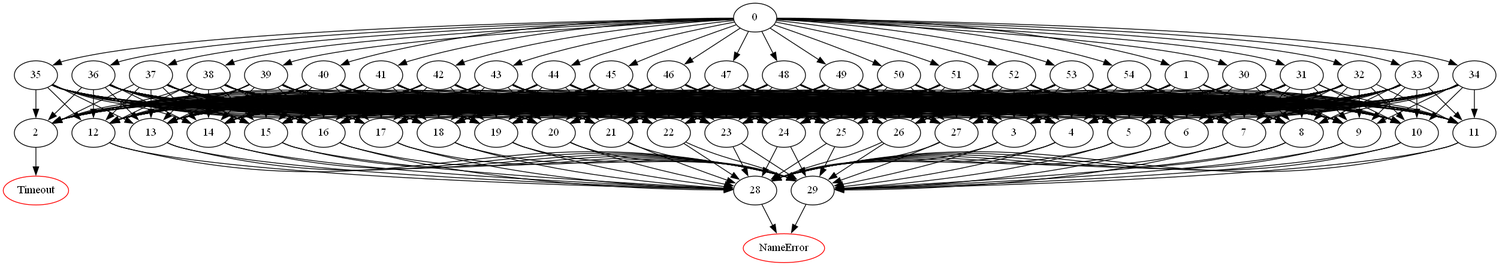
Before: DomainPicture/uuijerevafck.www.realtek.comdirected_graph.png, a diagram exported from Graphviz (Asikl/MazeMapper). Its source is kept beside it as DomainPicture/uuijerevafck.www.realtek.comdirected_graph.dot.
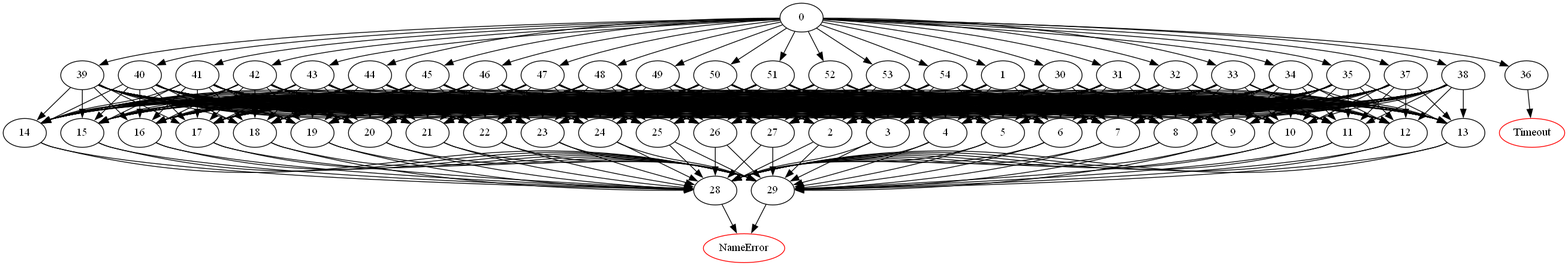
The same file after the commit.

The edit, as a diff of the source:
```diff
@@ -51,8 +51,8 @@
 	1 -> 25;
 	1 -> 26;
 	1 -> 27;
-	2 -> "Timeout";
-Timeout [color=red];
+	2 -> 28;
+	2 -> 29;
 	3 -> 28;
 	3 -> 29;
 	4 -> 28;
@@ -263,32 +263,8 @@
 	35 -> 25;
 	35 -> 26;
 	35 -> 27;
-	36 -> 2;
-	36 -> 3;
-	36 -> 4;
-	36 -> 5;
-	36 -> 6;
-	36 -> 7;
-	36 -> 8;
-	36 -> 9;
-	36 -> 10;
-	36 -> 11;
-	36 -> 12;
-	36 -> 13;
-	36 -> 14;
-	36 -> 15;
-	36 -> 16;
-	36 -> 17;
-	36 -> 18;
-	36 -> 19;
-	36 -> 20;
-	36 -> 21;
-	36 -> 22;
-	36 -> 23;
-	36 -> 24;
-	36 -> 25;
-	36 -> 26;
-	36 -> 27;
+	36 -> "Timeout";
+Timeout [color=red];
 	37 -> 2;
 	37 -> 3;
 	37 -> 4;
```
